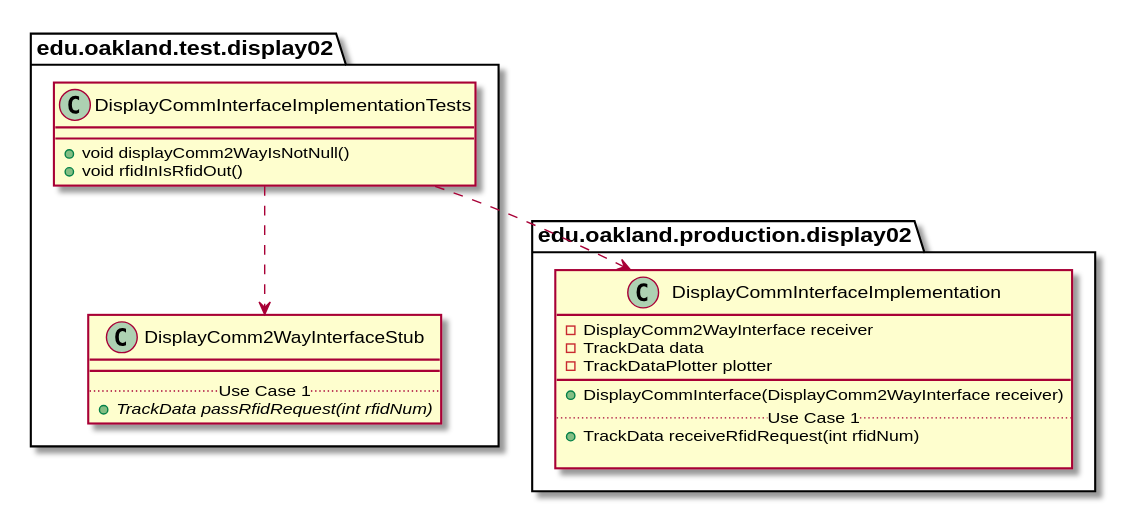
Before: docs/uml-class-diagrams/display02/test/DisplayCommInterfaceImplementationTests/DisplayCommInterfaceImplementationTests_DirectDependencies.svg, a diagram exported from PlantUML (andrewdimmer/csi-3370-software-project).
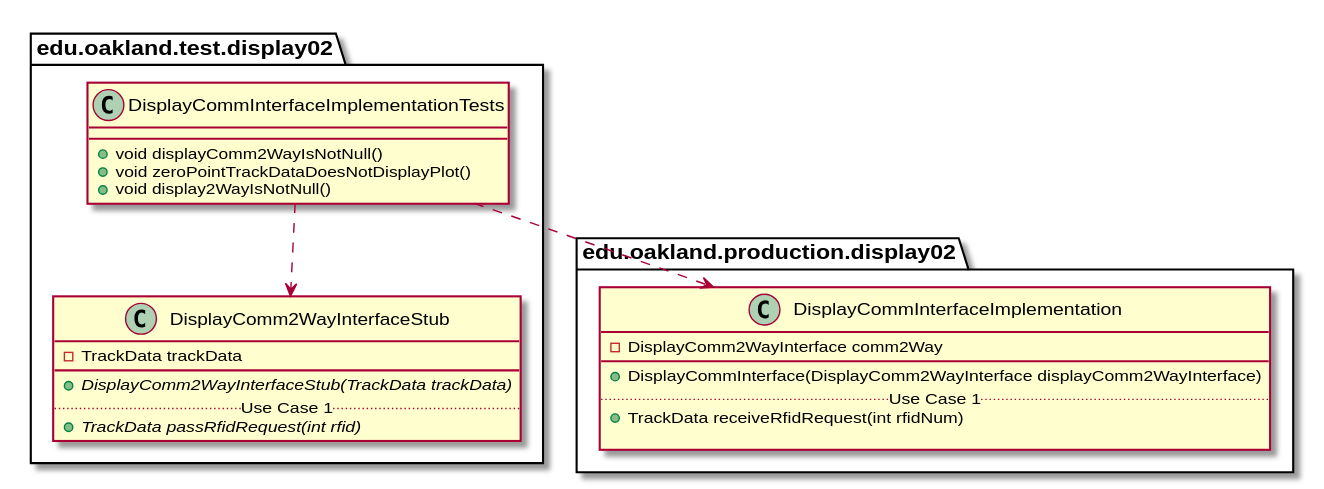
The same diagram one commit later.

What changed in the source:
```diff
@@ -4,8 +4,8 @@
 package edu.oakland.test.display02 {
     class DisplayCommInterfaceImplementationTests {
         + void displayComm2WayIsNotNull()
-        + void rfidInIsRfidOut()
-
+        + void zeroPointTrackDataDoesNotDisplayPlot()
+        + void display2WayIsNotNull()
     }
 }
 
@@ -13,9 +13,11 @@
 
 package edu.oakland.test.display02 {
     class DisplayComm2WayInterfaceStub {
+        - TrackData trackData
         __
+        {abstract} + DisplayComm2WayInterfaceStub(TrackData trackData)
         .. Use Case 1 ..
-        {abstract} + TrackData passRfidRequest(int rfidNum)
+        {abstract} + TrackData passRfidRequest(int rfid)
     }
 }
 
@@ -24,11 +26,9 @@
 
 package edu.oakland.production.display02 {
     class DisplayCommInterfaceImplementation {
-        - DisplayComm2WayInterface receiver
-        - TrackData data
-        - TrackDataPlotter plotter
+        - DisplayComm2WayInterface comm2Way
         __
-        + DisplayCommInterface(DisplayComm2WayInterface receiver)
+        + DisplayCommInterface(DisplayComm2WayInterface displayComm2WayInterface)
         .. Use Case 1 ..
         + TrackData receiveRfidRequest(int rfidNum)
 
```
